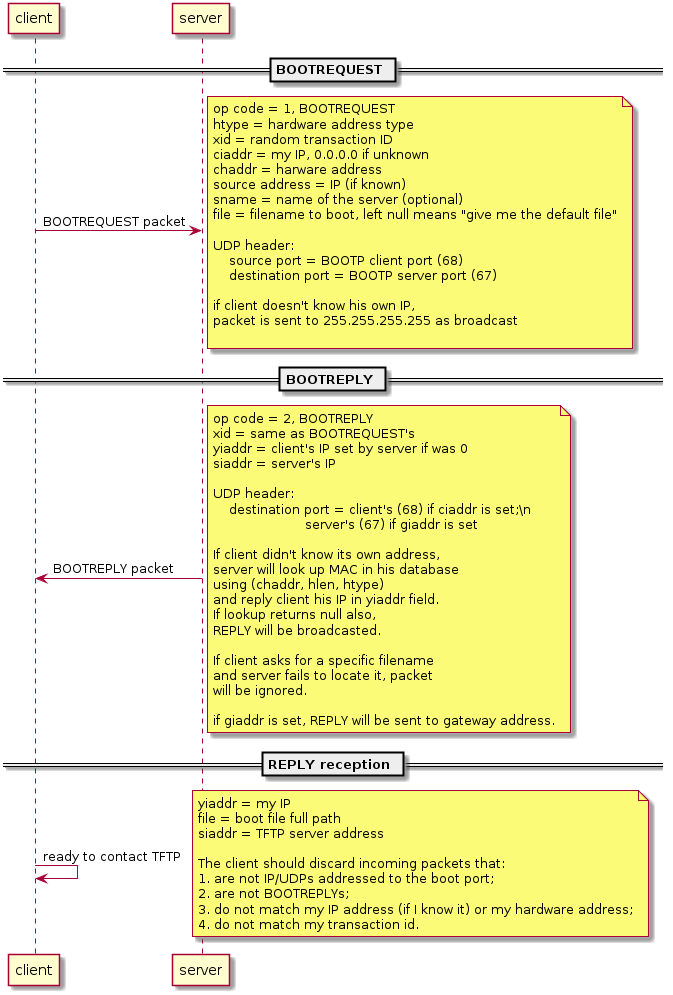
Above: content/images/bootp sequence.png in fengxia41103/myblog (PlantUML), before the change.
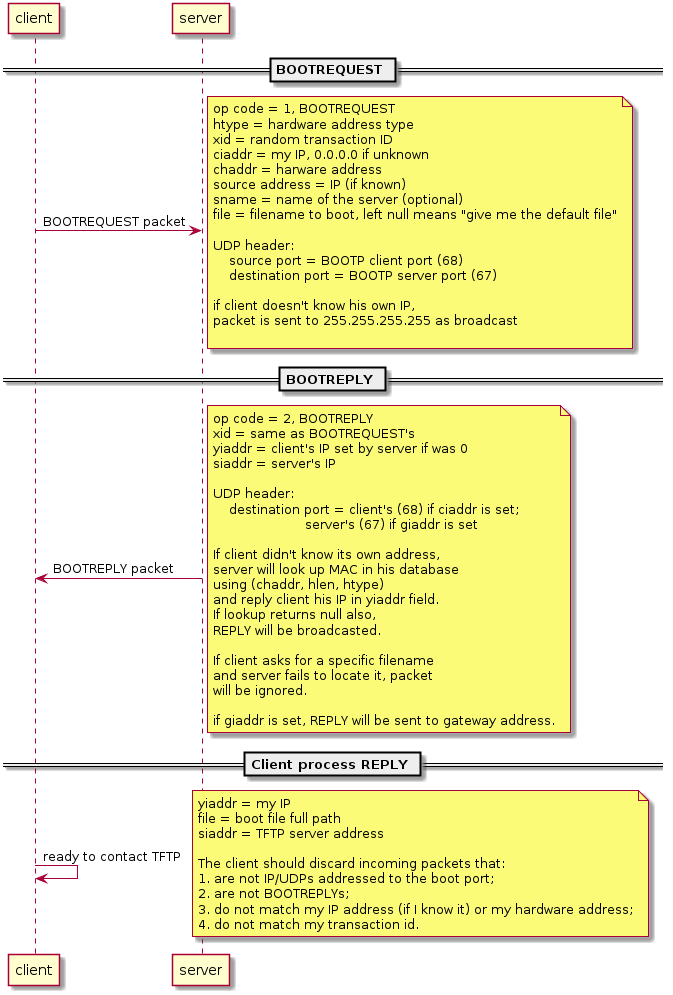
The same file after the commit.

Diff of the diagram source:
```diff
@@ -33,7 +33,7 @@
      siaddr = server's IP
 
      UDP header:
-         destination port = client's (68) if ciaddr is set;\n
+         destination port = client's (68) if ciaddr is set;
                             server's (67) if giaddr is set
 
      If client didn't know its own address,
@@ -50,7 +50,7 @@
      if giaddr is set, REPLY will be sent to gateway address.
 end note
 
-== REPLY reception ==
+== Client process REPLY ==
 client -> client: ready to contact TFTP
 note right
      yiaddr = my IP
```
